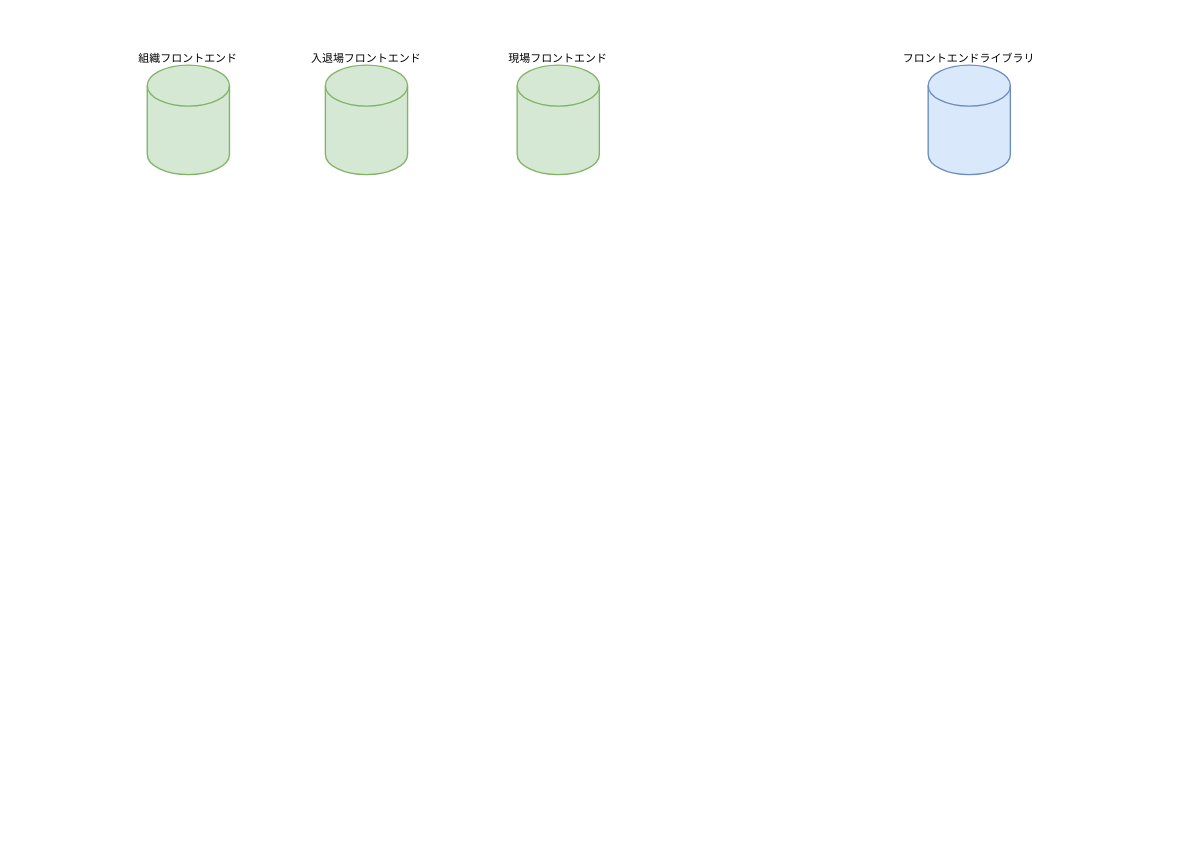
Above: 名称未設定ファイル.drawio in tetora1053/aws-cli-scripts (draw.io), before the change. Source tidied: cells renumbered, new cells numbered last; positions are measured from the earlier drawing's top-left corner, leaving out a move shared by most shapes. Both pictures are drawn from the tidied source at 137%, with x=0, y=0 at pixel (133, 23). Pictures stored in the file or linked from it are replaced by grey dashed boxes.
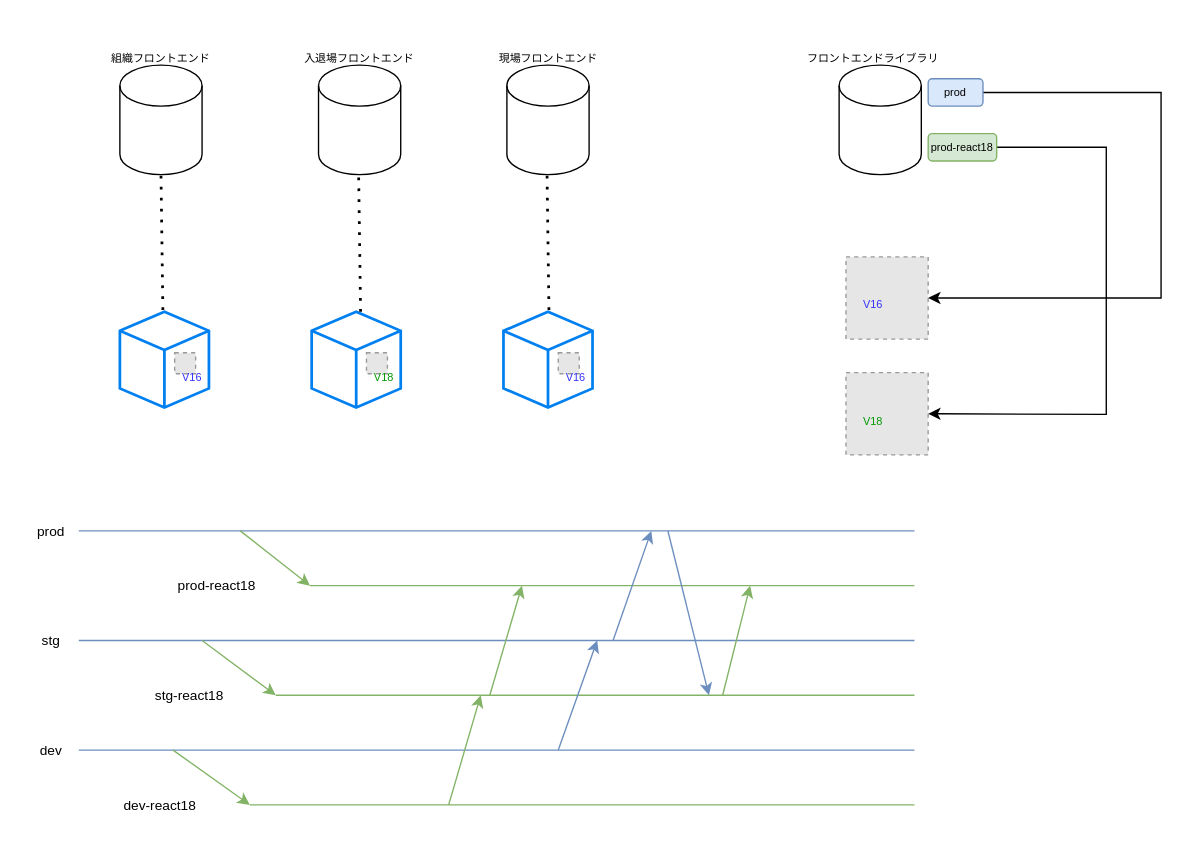
Above is the later version.

Commit message (it also covers changes not shown here):
名称未設定ファイル.drawio を更新します

What changed in the source:
```diff
@@
-    <mxCell id="2" style="group;" parent="1" vertex="1">
-      <mxGeometry x="280" width="80" height="110" as="geometry" />
-    </mxCell>
-    <mxCell id="3" style="shape=cylinder3;whiteSpace=wrap;html=1;boundedLbl=1;backgroundOutline=1;size=15;fillColor=#d5e8d4;strokeColor=#82b366;" parent="2" vertex="1">
-      <mxGeometry y="30" width="60" height="80" as="geometry" />
-    </mxCell>
-    <mxCell id="4" value="現場フロントエンド" style="text;html=1;strokeColor=none;fillColor=none;align=center;verticalAlign=middle;whiteSpace=wrap;rounded=0;fontSize=8;" parent="2" vertex="1">
-      <mxGeometry x="-10" y="10" width="80" height="30" as="geometry" />
-    </mxCell>
     <mxCell id="5" style="group;" parent="1" vertex="1">
-      <mxGeometry y="10" width="80" height="100" as="geometry" />
+      <mxGeometry x="-20" y="10" width="80" height="100" as="geometry" />
     </mxCell>
-    <mxCell id="6" style="shape=cylinder3;whiteSpace=wrap;html=1;boundedLbl=1;backgroundOutline=1;size=15;fillColor=#d5e8d4;strokeColor=#82b366;" parent="5" vertex="1">
+    <mxCell id="6" style="shape=cylinder3;whiteSpace=wrap;html=1;boundedLbl=1;backgroundOutline=1;size=15;" parent="5" vertex="1">
       <mxGeometry x="10" y="20" width="60" height="80" as="geometry" />
     </mxCell>
@@
     <mxCell id="8" style="group;" parent="1" vertex="1">
-      <mxGeometry x="125" y="10" width="90" height="100" as="geometry" />
+      <mxGeometry x="120" y="10" width="90" height="100" as="geometry" />
     </mxCell>
-    <mxCell id="9" style="shape=cylinder3;whiteSpace=wrap;html=1;boundedLbl=1;backgroundOutline=1;size=15;fillColor=#d5e8d4;strokeColor=#82b366;" parent="8" vertex="1">
+    <mxCell id="9" style="shape=cylinder3;whiteSpace=wrap;html=1;boundedLbl=1;backgroundOutline=1;size=15;" parent="8" vertex="1">
       <mxGeometry x="15" y="20" width="60" height="80" as="geometry" />
     </mxCell>
@@
-    <mxCell id="11" style="group;" parent="1" vertex="1">
-      <mxGeometry x="580" width="100" height="110" as="geometry" />
-    </mxCell>
-    <mxCell id="12" style="shape=cylinder3;whiteSpace=wrap;html=1;boundedLbl=1;backgroundOutline=1;size=15;fillColor=#dae8fc;strokeColor=#6c8ebf;" parent="11" vertex="1">
-      <mxGeometry y="30" width="60" height="80" as="geometry" />
-    </mxCell>
+    <mxCell id="14" style="group;" parent="1" vertex="1">
+      <mxGeometry x="257.5" y="10" width="90" height="100" as="geometry" />
+    </mxCell>
+    <mxCell id="15" style="shape=cylinder3;whiteSpace=wrap;html=1;boundedLbl=1;backgroundOutline=1;size=15;" parent="14" vertex="1">
+      <mxGeometry x="15" y="20" width="60" height="80" as="geometry" />
+    </mxCell>
+    <mxCell id="4" value="現場フロントエンド" style="text;html=1;strokeColor=none;fillColor=none;align=center;verticalAlign=middle;whiteSpace=wrap;rounded=0;fontSize=8;" parent="14" vertex="1">
+      <mxGeometry width="90" height="30" as="geometry" />
+    </mxCell>
+    <mxCell id="16" style="group;" parent="1" vertex="1">
+      <mxGeometry x="500" y="10" width="90" height="100" as="geometry" />
+    </mxCell>
+    <mxCell id="17" style="shape=cylinder3;whiteSpace=wrap;html=1;boundedLbl=1;backgroundOutline=1;size=15;" parent="16" vertex="1">
+      <mxGeometry x="15" y="20" width="60" height="80" as="geometry" />
+    </mxCell>
-    <mxCell id="13" value="フロントエンドライブラリ" style="text;html=1;strokeColor=none;fillColor=none;align=center;verticalAlign=middle;whiteSpace=wrap;rounded=0;fontSize=8;" parent="11" vertex="1">
-      <mxGeometry x="-20" y="10" width="100" height="30" as="geometry" />
+    <mxCell id="13" value="フロントエンドライブラリ" style="text;html=1;strokeColor=none;fillColor=none;align=center;verticalAlign=middle;whiteSpace=wrap;rounded=0;fontSize=8;" parent="16" vertex="1">
+      <mxGeometry x="-10" width="100" height="30" as="geometry" />
     </mxCell>
+    <mxCell id="18" style="group;" parent="1" vertex="1">
+      <mxGeometry x="520" y="170" width="110" height="60" as="geometry" />
+    </mxCell>
+    <mxCell id="19" style="fillColor=#E6E6E6;strokeColor=#999999;dashed=1;html=1;verticalAlign=top;verticalLabelPosition=bottom;labelBackgroundColor=#ffffff;fontSize=8;" parent="18" vertex="1">
+      <mxGeometry width="60" height="60" as="geometry" />
+    </mxCell>
+    <mxCell id="20" value="&lt;font color=&quot;#3333ff&quot;&gt;V16&lt;/font&gt;" style="text;html=1;strokeColor=none;fillColor=none;align=center;verticalAlign=middle;whiteSpace=wrap;rounded=0;fontSize=8;" parent="18" vertex="1">
+      <mxGeometry x="-10" y="20" width="60" height="30" as="geometry" />
+    </mxCell>
+    <mxCell id="21" style="group;" parent="1" vertex="1">
+      <mxGeometry x="520" y="254.5" width="110" height="60" as="geometry" />
+    </mxCell>
+    <mxCell id="22" style="fillColor=#E6E6E6;strokeColor=#999999;dashed=1;html=1;verticalAlign=top;verticalLabelPosition=bottom;labelBackgroundColor=#ffffff;fontSize=8;" parent="21" vertex="1">
+      <mxGeometry width="60" height="60" as="geometry" />
+    </mxCell>
+    <mxCell id="23" value="&lt;font color=&quot;#009900&quot;&gt;V18&lt;/font&gt;" style="text;html=1;strokeColor=none;fillColor=none;align=center;verticalAlign=middle;whiteSpace=wrap;rounded=0;fontSize=8;" parent="21" vertex="1">
+      <mxGeometry x="-10" y="20" width="60" height="30" as="geometry" />
+    </mxCell>
+    <mxCell id="24" style="group;" parent="1" vertex="1">
+      <mxGeometry x="270" y="210" width="110" height="70" as="geometry" />
+    </mxCell>
+    <mxCell id="25" style="html=1;verticalLabelPosition=bottom;align=center;labelBackgroundColor=#ffffff;verticalAlign=top;strokeWidth=2;strokeColor=#0080F0;shadow=0;dashed=0;shape=mxgraph.ios7.icons.cube;fontSize=8;" parent="24" vertex="1">
+      <mxGeometry width="65" height="70" as="geometry" />
+    </mxCell>
+    <mxCell id="26" style="group;" parent="24" vertex="1">
+      <mxGeometry x="40" y="30" width="70" height="30" as="geometry" />
+    </mxCell>
+    <mxCell id="27" style="fillColor=#E6E6E6;strokeColor=#999999;dashed=1;html=1;verticalAlign=top;verticalLabelPosition=bottom;labelBackgroundColor=#ffffff;fontSize=8;" parent="26" vertex="1">
+      <mxGeometry width="15.3" height="15.3" as="geometry" />
+    </mxCell>
+    <mxCell id="28" value="&lt;font color=&quot;#3333ff&quot;&gt;V16&lt;/font&gt;" style="text;html=1;strokeColor=none;fillColor=none;align=center;verticalAlign=middle;whiteSpace=wrap;rounded=0;fontSize=8;" parent="26" vertex="1">
+      <mxGeometry x="-6.4" y="10" width="38.2" height="15" as="geometry" />
+    </mxCell>
+    <mxCell id="29" style="group;" parent="1" vertex="1">
+      <mxGeometry x="-10" y="210" width="110" height="70" as="geometry" />
+    </mxCell>
+    <mxCell id="30" style="html=1;verticalLabelPosition=bottom;align=center;labelBackgroundColor=#ffffff;verticalAlign=top;strokeWidth=2;strokeColor=#0080F0;shadow=0;dashed=0;shape=mxgraph.ios7.icons.cube;fontSize=8;" parent="29" vertex="1">
+      <mxGeometry width="65" height="70" as="geometry" />
+    </mxCell>
+    <mxCell id="31" style="group;" parent="29" vertex="1">
+      <mxGeometry x="40" y="30" width="70" height="30" as="geometry" />
+    </mxCell>
+    <mxCell id="32" style="fillColor=#E6E6E6;strokeColor=#999999;dashed=1;html=1;verticalAlign=top;verticalLabelPosition=bottom;labelBackgroundColor=#ffffff;fontSize=8;" parent="31" vertex="1">
+      <mxGeometry width="15.3" height="15.3" as="geometry" />
+    </mxCell>
+    <mxCell id="33" value="&lt;font color=&quot;#3333ff&quot;&gt;V16&lt;/font&gt;" style="text;html=1;strokeColor=none;fillColor=none;align=center;verticalAlign=middle;whiteSpace=wrap;rounded=0;fontSize=8;" parent="31" vertex="1">
+      <mxGeometry x="-6.4" y="10" width="38.2" height="15" as="geometry" />
+    </mxCell>
+    <mxCell id="34" style="group;" parent="1" vertex="1">
+      <mxGeometry x="130" y="210" width="110" height="70" as="geometry" />
+    </mxCell>
+    <mxCell id="35" style="html=1;verticalLabelPosition=bottom;align=center;labelBackgroundColor=#ffffff;verticalAlign=top;strokeWidth=2;strokeColor=#0080F0;shadow=0;dashed=0;shape=mxgraph.ios7.icons.cube;fontSize=8;" parent="34" vertex="1">
+      <mxGeometry width="65" height="70" as="geometry" />
+    </mxCell>
+    <mxCell id="36" style="group;" parent="34" vertex="1">
+      <mxGeometry x="40" y="30" width="70" height="30" as="geometry" />
+    </mxCell>
+    <mxCell id="37" style="fillColor=#E6E6E6;strokeColor=#999999;dashed=1;html=1;verticalAlign=top;verticalLabelPosition=bottom;labelBackgroundColor=#ffffff;fontSize=8;" parent="36" vertex="1">
+      <mxGeometry width="15.3" height="15.3" as="geometry" />
+    </mxCell>
+    <mxCell id="38" value="&lt;font color=&quot;#009900&quot;&gt;V18&lt;/font&gt;" style="text;html=1;strokeColor=none;fillColor=none;align=center;verticalAlign=middle;whiteSpace=wrap;rounded=0;fontSize=8;" parent="36" vertex="1">
+      <mxGeometry x="-6.4" y="10" width="38.2" height="15" as="geometry" />
+    </mxCell>
+    <mxCell id="39" style="edgeStyle=none;rounded=0;jettySize=auto;html=1;entryX=1;entryY=0.5;entryDx=0;entryDy=0;fontSize=8;" parent="1" edge="1" source="40" target="19">
+      <mxGeometry relative="1" as="geometry">
+        <Array as="points">
+          <mxPoint x="750" y="50" />
+          <mxPoint x="750" y="200" />
+        </Array>
+      </mxGeometry>
+    </mxCell>
+    <mxCell id="40" value="prod" style="rounded=1;whiteSpace=wrap;html=1;fontSize=8;fillColor=#dae8fc;strokeColor=#6c8ebf;" parent="1" vertex="1">
+      <mxGeometry x="580" y="40" width="40" height="20" as="geometry" />
+    </mxCell>
+    <mxCell id="41" style="edgeStyle=none;rounded=0;jettySize=auto;html=1;entryX=1;entryY=0.5;entryDx=0;entryDy=0;fontSize=8;" parent="1" edge="1" source="42" target="22">
+      <mxGeometry relative="1" as="geometry">
+        <Array as="points">
+          <mxPoint x="710" y="90" />
+          <mxPoint x="710" y="285" />
+        </Array>
+      </mxGeometry>
+    </mxCell>
+    <mxCell id="42" value="prod-react18" style="rounded=1;whiteSpace=wrap;html=1;fontSize=8;fillColor=#d5e8d4;strokeColor=#82b366;" parent="1" vertex="1">
+      <mxGeometry x="580" y="80" width="50" height="20" as="geometry" />
+    </mxCell>
+    <mxCell id="43" style="endArrow=none;dashed=1;html=1;dashPattern=1 3;strokeWidth=2;rounded=0;fontSize=8;exitX=0.483;exitY=-0.017;exitDx=0;exitDy=0;exitPerimeter=0;" parent="1" edge="1" source="30">
+      <mxGeometry relative="1" as="geometry">
+        <mxPoint x="20" y="110" as="targetPoint" />
+      </mxGeometry>
+    </mxCell>
+    <mxCell id="44" style="endArrow=none;dashed=1;html=1;dashPattern=1 3;strokeWidth=2;rounded=0;fontSize=8;exitX=0.483;exitY=-0.017;exitDx=0;exitDy=0;exitPerimeter=0;" parent="1" edge="1">
+      <mxGeometry relative="1" as="geometry">
+        <mxPoint x="165.7" y="210" as="sourcePoint" />
+        <mxPoint x="164.3" y="111.2" as="targetPoint" />
+      </mxGeometry>
+    </mxCell>
+    <mxCell id="45" style="endArrow=none;dashed=1;html=1;dashPattern=1 3;strokeWidth=2;rounded=0;fontSize=8;exitX=0.483;exitY=-0.017;exitDx=0;exitDy=0;exitPerimeter=0;" parent="1" edge="1">
+      <mxGeometry relative="1" as="geometry">
+        <mxPoint x="303.2" y="208.8" as="sourcePoint" />
+        <mxPoint x="301.8" y="110" as="targetPoint" />
+      </mxGeometry>
+    </mxCell>
+    <mxCell id="46" style="endArrow=none;html=1;rounded=0;fontSize=8;fillColor=#dae8fc;strokeColor=#6c8ebf;" parent="1" edge="1">
+      <mxGeometry relative="1" as="geometry">
+        <mxPoint x="-40" y="450" as="sourcePoint" />
+        <mxPoint x="570" y="450" as="targetPoint" />
+      </mxGeometry>
+    </mxCell>
+    <mxCell id="47" style="endArrow=none;html=1;rounded=0;fontSize=8;fillColor=#dae8fc;strokeColor=#6c8ebf;" parent="1" edge="1">
+      <mxGeometry relative="1" as="geometry">
+        <mxPoint x="-40" y="530" as="sourcePoint" />
+        <mxPoint x="570" y="530" as="targetPoint" />
+      </mxGeometry>
+    </mxCell>
+    <mxCell id="48" style="endArrow=none;html=1;rounded=0;fontSize=8;fillColor=#dae8fc;strokeColor=#6c8ebf;" parent="1" edge="1">
+      <mxGeometry relative="1" as="geometry">
+        <mxPoint x="-40" y="370" as="sourcePoint" />
+        <mxPoint x="570" y="370" as="targetPoint" />
+      </mxGeometry>
+    </mxCell>
+    <mxCell id="49" value="&lt;font style=&quot;font-size: 10px;&quot;&gt;prod&lt;/font&gt;" style="text;html=1;strokeColor=none;fillColor=none;align=center;verticalAlign=middle;whiteSpace=wrap;rounded=0;fontSize=8;" parent="1" vertex="1">
+      <mxGeometry x="-80" y="350" width="40" height="40" as="geometry" />
+    </mxCell>
+    <mxCell id="50" value="&lt;font style=&quot;font-size: 10px;&quot;&gt;stg&lt;/font&gt;" style="text;html=1;strokeColor=none;fillColor=none;align=center;verticalAlign=middle;whiteSpace=wrap;rounded=0;fontSize=8;" parent="1" vertex="1">
+      <mxGeometry x="-80" y="430" width="40" height="40" as="geometry" />
+    </mxCell>
+    <mxCell id="51" value="&lt;font style=&quot;font-size: 10px;&quot;&gt;dev&lt;/font&gt;" style="text;html=1;strokeColor=none;fillColor=none;align=center;verticalAlign=middle;whiteSpace=wrap;rounded=0;fontSize=8;" parent="1" vertex="1">
+      <mxGeometry x="-80" y="510" width="40" height="40" as="geometry" />
+    </mxCell>
+    <mxCell id="52" style="group;" parent="1" vertex="1">
+      <mxGeometry x="50" y="470" width="520" height="40" as="geometry" />
+    </mxCell>
+    <mxCell id="53" value="&lt;font style=&quot;font-size: 10px;&quot;&gt;stg-react18&lt;/font&gt;" style="text;html=1;strokeColor=none;fillColor=none;align=center;verticalAlign=middle;whiteSpace=wrap;rounded=0;fontSize=8;" parent="52" vertex="1">
+      <mxGeometry x="-71.7" width="125.5" height="40" as="geometry" />
+    </mxCell>
+    <mxCell id="54" style="endArrow=none;html=1;rounded=0;fontSize=8;fillColor=#d5e8d4;strokeColor=#82b366;" parent="52" edge="1">
+      <mxGeometry relative="1" as="geometry">
+        <mxPoint x="53.8" y="20" as="sourcePoint" />
+        <mxPoint x="520" y="20" as="targetPoint" />
+      </mxGeometry>
+    </mxCell>
+    <mxCell id="55" style="endArrow=classic;html=1;rounded=0;fontSize=10;fillColor=#d5e8d4;strokeColor=#82b366;" parent="52" edge="1">
+      <mxGeometry relative="1" as="geometry">
+        <mxPoint y="-20" as="sourcePoint" />
+        <mxPoint x="53.8" y="20" as="targetPoint" />
+      </mxGeometry>
+    </mxCell>
+    <mxCell id="56" style="endArrow=classic;html=1;rounded=0;fontSize=10;fontColor=#009900;fillColor=#dae8fc;strokeColor=#6c8ebf;" parent="52" edge="1">
+      <mxGeometry relative="1" as="geometry">
+        <mxPoint x="260" y="60" as="sourcePoint" />
+        <mxPoint x="288.4" y="-20" as="targetPoint" />
+      </mxGeometry>
+    </mxCell>
+    <mxCell id="57" style="group;" parent="1" vertex="1">
+      <mxGeometry x="190" y="550" width="380" height="40" as="geometry" />
+    </mxCell>
+    <mxCell id="58" style="endArrow=none;html=1;rounded=0;fontSize=8;fillColor=#d5e8d4;strokeColor=#82b366;" parent="57" edge="1">
+      <mxGeometry relative="1" as="geometry">
+        <mxPoint x="-105.2" y="20" as="sourcePoint" />
+        <mxPoint x="380" y="20" as="targetPoint" />
+      </mxGeometry>
+    </mxCell>
+    <mxCell id="59" value="&lt;font style=&quot;font-size: 10px;&quot;&gt;dev-react18&lt;/font&gt;" style="text;html=1;strokeColor=none;fillColor=none;align=center;verticalAlign=middle;whiteSpace=wrap;rounded=0;fontSize=8;" parent="57" vertex="1">
+      <mxGeometry x="-235.9" width="130.6" height="40" as="geometry" />
+    </mxCell>
+    <mxCell id="60" style="endArrow=classic;html=1;rounded=0;fontSize=10;fillColor=#d5e8d4;strokeColor=#82b366;" parent="57" edge="1">
+      <mxGeometry relative="1" as="geometry">
+        <mxPoint x="-161.2" y="-20" as="sourcePoint" />
+        <mxPoint x="-105.2" y="20" as="targetPoint" />
+      </mxGeometry>
+    </mxCell>
+    <mxCell id="61" style="endArrow=classic;html=1;rounded=0;fontSize=10;fontColor=#009900;fillColor=#d5e8d4;strokeColor=#82b366;" parent="1" edge="1">
+      <mxGeometry relative="1" as="geometry">
+        <mxPoint x="260" y="490" as="sourcePoint" />
+        <mxPoint x="283.5" y="410" as="targetPoint" />
+      </mxGeometry>
+    </mxCell>
+    <mxCell id="62" style="endArrow=classic;html=1;rounded=0;fontSize=10;fontColor=#009900;fillColor=#d5e8d4;strokeColor=#82b366;" parent="1" edge="1">
+      <mxGeometry relative="1" as="geometry">
+        <mxPoint x="230" y="570" as="sourcePoint" />
+        <mxPoint x="253.4" y="490" as="targetPoint" />
+      </mxGeometry>
+    </mxCell>
+    <mxCell id="63" style="group;" parent="1" vertex="1">
+      <mxGeometry x="77.9" y="390" width="492.1" height="40" as="geometry" />
+    </mxCell>
+    <mxCell id="64" style="endArrow=none;html=1;rounded=0;fontSize=8;fillColor=#d5e8d4;strokeColor=#82b366;" parent="63" edge="1">
+      <mxGeometry relative="1" as="geometry">
+        <mxPoint x="50.9" y="20" as="sourcePoint" />
+        <mxPoint x="492.1" y="20" as="targetPoint" />
+      </mxGeometry>
+    </mxCell>
+    <mxCell id="65" style="endArrow=classic;html=1;rounded=0;fontSize=10;fontColor=#009900;fillColor=#d5e8d4;strokeColor=#82b366;" parent="63" edge="1">
+      <mxGeometry relative="1" as="geometry">
+        <mxPoint x="352.1" y="100" as="sourcePoint" />
+        <mxPoint x="372.1" y="20" as="targetPoint" />
+      </mxGeometry>
+    </mxCell>
+    <mxCell id="66" value="&lt;font style=&quot;font-size: 10px;&quot;&gt;prod-react18&lt;/font&gt;" style="text;html=1;strokeColor=none;fillColor=none;align=center;verticalAlign=middle;whiteSpace=wrap;rounded=0;fontSize=8;" parent="1" vertex="1">
+      <mxGeometry x="10" y="390" width="101.8" height="40" as="geometry" />
+    </mxCell>
+    <mxCell id="67" style="endArrow=classic;html=1;rounded=0;fontSize=10;fillColor=#d5e8d4;strokeColor=#82b366;" parent="1" edge="1">
+      <mxGeometry relative="1" as="geometry">
+        <mxPoint x="77.9" y="370" as="sourcePoint" />
+        <mxPoint x="128.8" y="410" as="targetPoint" />
+      </mxGeometry>
+    </mxCell>
+    <mxCell id="68" style="endArrow=classic;html=1;rounded=0;fontSize=10;fontColor=#009900;fillColor=#dae8fc;strokeColor=#6c8ebf;" parent="1" edge="1">
+      <mxGeometry relative="1" as="geometry">
+        <mxPoint x="390" y="370" as="sourcePoint" />
+        <mxPoint x="420" y="490" as="targetPoint" />
+      </mxGeometry>
+    </mxCell>
+    <mxCell id="69" style="endArrow=classic;html=1;rounded=0;fontSize=10;fontColor=#009900;fillColor=#dae8fc;strokeColor=#6c8ebf;" parent="1" edge="1">
+      <mxGeometry relative="1" as="geometry">
+        <mxPoint x="350" y="450" as="sourcePoint" />
+        <mxPoint x="377.9" y="370" as="targetPoint" />
+      </mxGeometry>
+    </mxCell>
```
